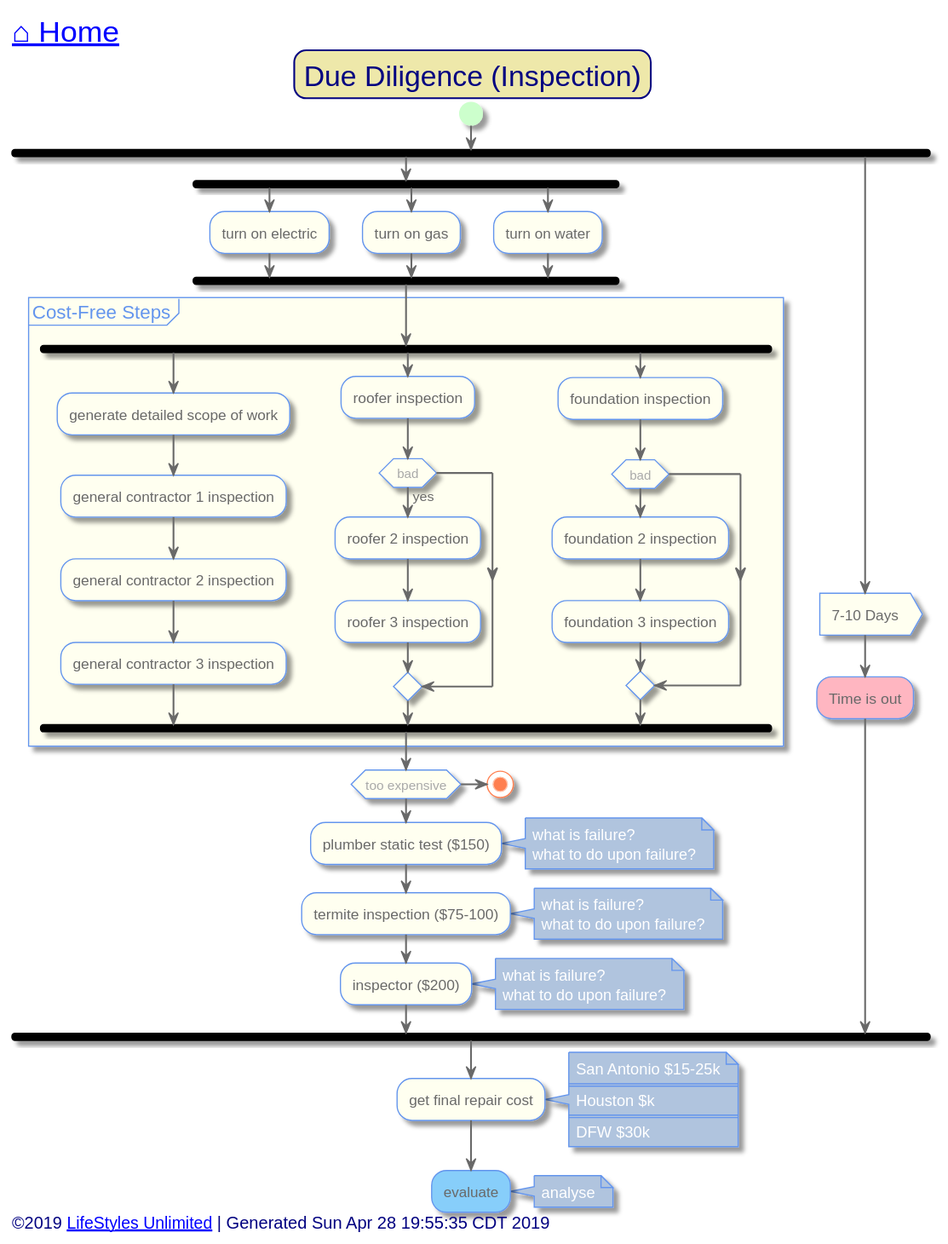
This is out/src/single-family/due-diligence.svg from toddmo/lifestylesunlimited, a PlantUML export, as it was before one commit.
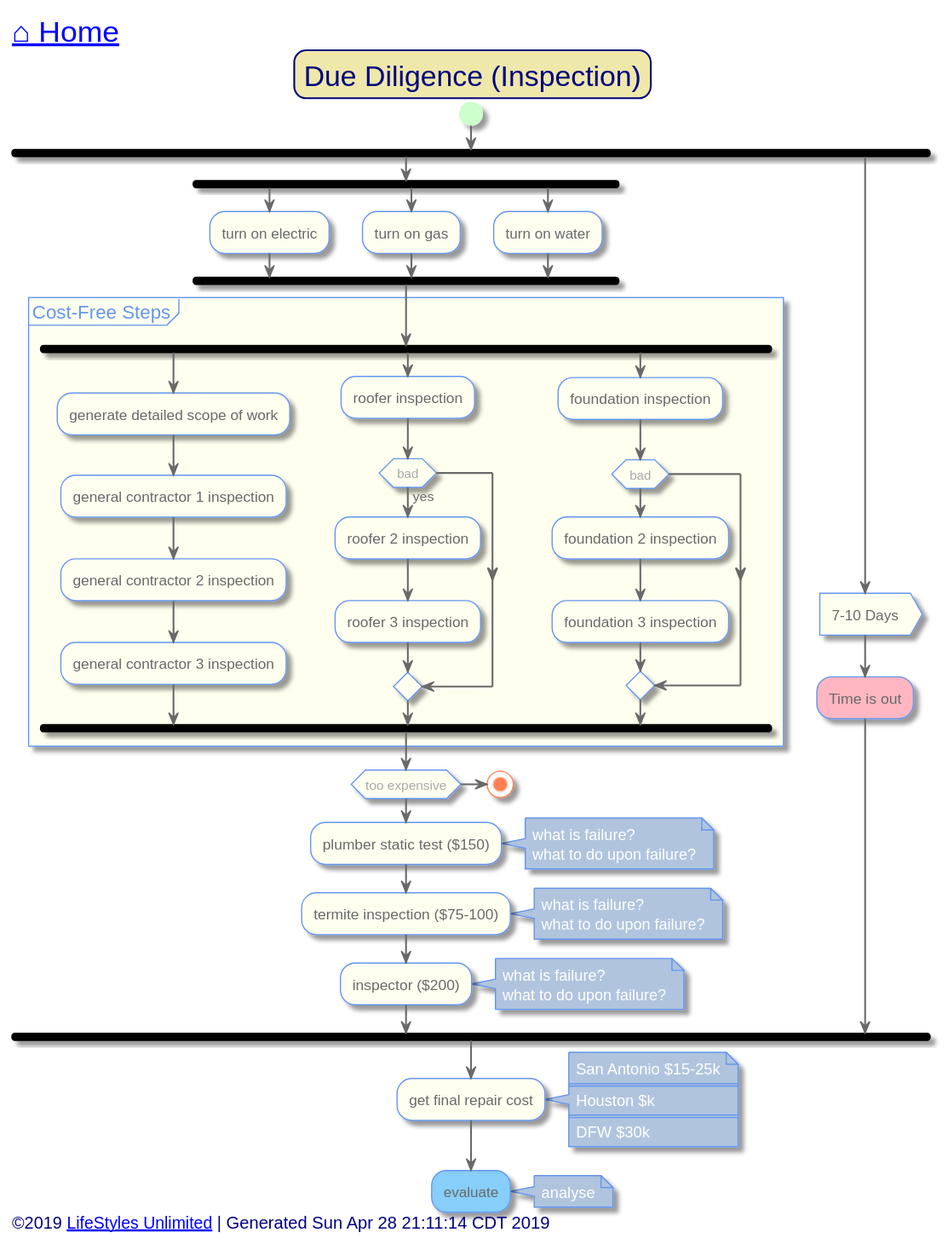
The same file after the commit.

Diff of the diagram source:
```diff
@@ -75,7 +75,7 @@
 
 
 left header
-	<font color=Navy size=24>[[../index.svg ⌂ Home]]</font>
+	<font color=Navy size=24>[[../index.svg?sanitize=true ⌂ Home]]</font>
 endheader
 
 
@@ -149,7 +149,7 @@
 
 
 left footer
-	<font size=14>©2019 [[http://www.lifestylesunlimited.com LifeStyles Unlimited]] | Generated Sun Apr 28 19:55:35 CDT 2019</font>
+	<font size=14>©2019 [[http://www.lifestylesunlimited.com LifeStyles Unlimited]] | Generated Sun Apr 28 21:11:14 CDT 2019</font>
 endfooter
 
 
```
